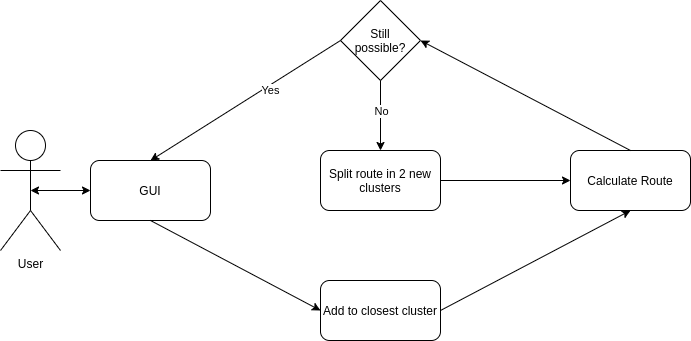
This is diagrams/addWorkflow.png from DessyT/Drone-Delivery-Scheduling, a draw.io export, as it was before one commit. Source tidied: cells renumbered, new cells last; positions are measured from the earlier drawing's top-left corner, leaving out a move shared by most shapes.
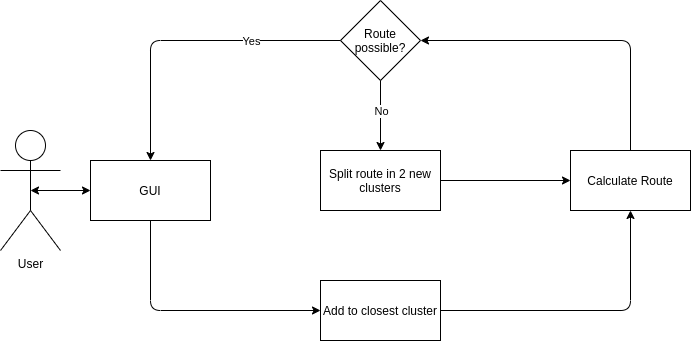
Later version of the same file.

The edit, as a diff of the source:
```diff
@@ -5,49 +5,80 @@
     <mxCell id="2" value="User" style="shape=umlActor;verticalLabelPosition=bottom;labelBackgroundColor=#ffffff;verticalAlign=top;html=1;outlineConnect=0;" parent="1" vertex="1">
       <mxGeometry y="130" width="60" height="120" as="geometry" />
     </mxCell>
-    <mxCell id="3" value="GUI" style="rounded=1;whiteSpace=wrap;html=1;" parent="1" vertex="1">
-      <mxGeometry x="90" y="160" width="120" height="60" as="geometry" />
+    <mxCell id="3" style="endArrow=classic;html=1;exitX=0.5;exitY=1;exitDx=0;exitDy=0;entryX=0;entryY=0.5;entryDx=0;entryDy=0;" parent="1" edge="1">
+      <mxGeometry relative="1" as="geometry">
+        <mxPoint x="150" y="220" as="sourcePoint" />
+        <mxPoint x="320" y="310" as="targetPoint" />
+        <Array as="points">
+          <mxPoint x="150" y="310" />
+        </Array>
+      </mxGeometry>
     </mxCell>
-    <mxCell id="4" style="endArrow=classic;html=1;exitX=0.5;exitY=1;exitDx=0;exitDy=0;entryX=0;entryY=0.5;entryDx=0;entryDy=0;" parent="1" edge="1" source="3" target="6">
-      <mxGeometry relative="1" as="geometry" />
+    <mxCell id="4" style="endArrow=classic;startArrow=classic;html=1;exitX=0.5;exitY=0.5;exitDx=0;exitDy=0;exitPerimeter=0;entryX=0;entryY=0.5;entryDx=0;entryDy=0;" parent="1" edge="1" source="2">
+      <mxGeometry relative="1" as="geometry">
+        <mxPoint x="90" y="190" as="targetPoint" />
+      </mxGeometry>
     </mxCell>
-    <mxCell id="5" style="endArrow=classic;startArrow=classic;html=1;exitX=0.5;exitY=0.5;exitDx=0;exitDy=0;exitPerimeter=0;entryX=0;entryY=0.5;entryDx=0;entryDy=0;" parent="1" edge="1" source="2" target="3">
-      <mxGeometry relative="1" as="geometry" />
+    <mxCell id="5" style="endArrow=classic;html=1;exitX=1;exitY=0.5;exitDx=0;exitDy=0;entryX=0.5;entryY=1;entryDx=0;entryDy=0;" parent="1" edge="1">
+      <mxGeometry relative="1" as="geometry">
+        <mxPoint x="440" y="310" as="sourcePoint" />
+        <mxPoint x="630" y="210" as="targetPoint" />
+        <Array as="points">
+          <mxPoint x="630" y="310" />
+        </Array>
+      </mxGeometry>
     </mxCell>
-    <mxCell id="6" value="Add to closest cluster" style="rounded=1;whiteSpace=wrap;html=1;" parent="1" vertex="1">
-      <mxGeometry x="320" y="280" width="120" height="60" as="geometry" />
+    <mxCell id="6" value="Route&lt;br&gt;possible?" style="rhombus;whiteSpace=wrap;html=1;" parent="1" vertex="1">
+      <mxGeometry x="340" width="80" height="80" as="geometry" />
     </mxCell>
-    <mxCell id="7" value="Calculate Route" style="rounded=1;whiteSpace=wrap;html=1;" parent="1" vertex="1">
-      <mxGeometry x="570" y="150" width="120" height="60" as="geometry" />
+    <mxCell id="7" style="endArrow=classic;html=1;exitX=0;exitY=0.5;exitDx=0;exitDy=0;entryX=0.5;entryY=0;entryDx=0;entryDy=0;" parent="1" edge="1" source="6">
+      <mxGeometry relative="1" as="geometry">
+        <mxPoint x="150" y="160" as="targetPoint" />
+        <Array as="points">
+          <mxPoint x="150" y="40" />
+        </Array>
+      </mxGeometry>
     </mxCell>
-    <mxCell id="8" value="Split route in 2 new clusters" style="rounded=1;whiteSpace=wrap;html=1;" parent="1" vertex="1">
-      <mxGeometry x="320" y="150" width="120" height="60" as="geometry" />
+    <mxCell id="8" value="Yes" style="edgeLabel;html=1;align=center;verticalAlign=middle;points=[];" parent="7" vertex="1">
+      <mxGeometry x="-0.23" y="4" relative="1" as="geometry">
+        <mxPoint x="29" y="-4" as="offset" />
+      </mxGeometry>
     </mxCell>
-    <mxCell id="9" style="endArrow=classic;html=1;exitX=1;exitY=0.5;exitDx=0;exitDy=0;entryX=0.5;entryY=1;entryDx=0;entryDy=0;" parent="1" edge="1" source="6" target="7">
-      <mxGeometry relative="1" as="geometry" />
+    <mxCell id="9" style="endArrow=classic;html=1;exitX=0.5;exitY=0;exitDx=0;exitDy=0;entryX=1;entryY=0.5;entryDx=0;entryDy=0;" parent="1" edge="1" target="6">
+      <mxGeometry relative="1" as="geometry">
+        <mxPoint x="630" y="150" as="sourcePoint" />
+        <Array as="points">
+          <mxPoint x="630" y="40" />
+        </Array>
+      </mxGeometry>
     </mxCell>
-    <mxCell id="10" value="Still&lt;br&gt;possible?&lt;br&gt;" style="rhombus;whiteSpace=wrap;html=1;" parent="1" vertex="1">
-      <mxGeometry x="340" width="80" height="80" as="geometry" />
+    <mxCell id="10" style="endArrow=classic;html=1;exitX=1;exitY=0.5;exitDx=0;exitDy=0;entryX=0;entryY=0.5;entryDx=0;entryDy=0;" parent="1" edge="1">
+      <mxGeometry relative="1" as="geometry">
+        <mxPoint x="440" y="180" as="sourcePoint" />
+        <mxPoint x="570" y="180" as="targetPoint" />
+      </mxGeometry>
     </mxCell>
-    <mxCell id="11" style="endArrow=classic;html=1;exitX=0;exitY=0.5;exitDx=0;exitDy=0;entryX=0.5;entryY=0;entryDx=0;entryDy=0;" parent="1" edge="1" source="10" target="3">
-      <mxGeometry relative="1" as="geometry" />
+    <mxCell id="11" style="endArrow=classic;html=1;exitX=0.5;exitY=1;exitDx=0;exitDy=0;entryX=0.5;entryY=0;entryDx=0;entryDy=0;" parent="1" edge="1" source="6">
+      <mxGeometry relative="1" as="geometry">
+        <mxPoint x="380" y="150" as="targetPoint" />
+      </mxGeometry>
     </mxCell>
-    <mxCell id="12" value="Yes" style="edgeLabel;html=1;align=center;verticalAlign=middle;" parent="11" vertex="1">
-      <mxGeometry x="-0.23" y="4" relative="1" as="geometry" />
+    <mxCell id="12" value="No" style="edgeLabel;html=1;align=center;verticalAlign=middle;" parent="11" vertex="1">
+      <mxGeometry x="0.36" y="-1" relative="1" as="geometry">
+        <mxPoint x="1" y="-18.2" as="offset" />
+      </mxGeometry>
     </mxCell>
-    <mxCell id="13" style="endArrow=classic;html=1;exitX=0.5;exitY=0;exitDx=0;exitDy=0;entryX=1;entryY=0.5;entryDx=0;entryDy=0;" parent="1" edge="1" source="7" target="10">
-      <mxGeometry relative="1" as="geometry" />
+    <mxCell id="13" value="Split route in 2 new clusters" style="rounded=0;whiteSpace=wrap;html=1;" parent="1" vertex="1">
+      <mxGeometry x="320" y="150" width="120" height="60" as="geometry" />
     </mxCell>
-    <mxCell id="14" style="endArrow=classic;html=1;exitX=1;exitY=0.5;exitDx=0;exitDy=0;entryX=0;entryY=0.5;entryDx=0;entryDy=0;" parent="1" edge="1" source="8" target="7">
-      <mxGeometry relative="1" as="geometry" />
+    <mxCell id="14" value="Calculate Route" style="rounded=0;whiteSpace=wrap;html=1;" parent="1" vertex="1">
+      <mxGeometry x="570" y="150" width="120" height="60" as="geometry" />
     </mxCell>
-    <mxCell id="15" style="endArrow=classic;html=1;exitX=0.5;exitY=1;exitDx=0;exitDy=0;entryX=0.5;entryY=0;entryDx=0;entryDy=0;" parent="1" edge="1" source="10" target="8">
-      <mxGeometry relative="1" as="geometry" />
+    <mxCell id="15" value="Add to closest cluster" style="rounded=0;whiteSpace=wrap;html=1;" parent="1" vertex="1">
+      <mxGeometry x="320" y="280" width="120" height="60" as="geometry" />
     </mxCell>
-    <mxCell id="16" value="No" style="edgeLabel;html=1;align=center;verticalAlign=middle;" parent="15" vertex="1">
-      <mxGeometry x="0.36" y="-1" relative="1" as="geometry">
-        <mxPoint x="1" y="-18.2" as="offset" />
-      </mxGeometry>
+    <mxCell id="16" value="GUI" style="rounded=0;whiteSpace=wrap;html=1;" parent="1" vertex="1">
+      <mxGeometry x="90" y="160" width="120" height="60" as="geometry" />
     </mxCell>
   </root>
 </mxGraphModel>
```
